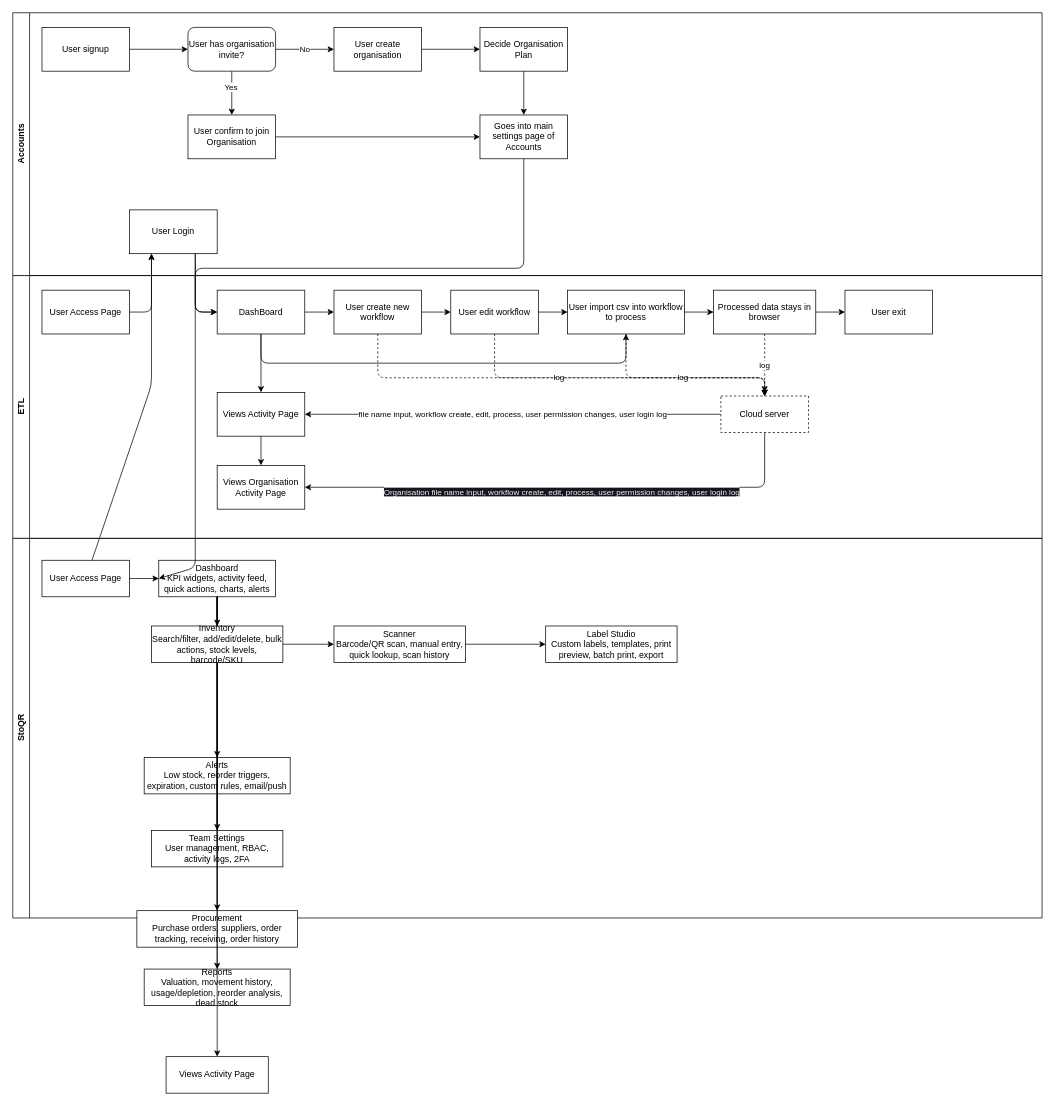
Earlier version of the draw.io diagram docs/Process.drawio (rcsn01/OpenSe). Source tidied: cells renumbered, new cells numbered last; positions are measured from the earlier drawing's top-left corner, leaving out a move shared by most shapes. Both pictures are drawn from the tidied source at 73%, with x=0, y=0 at pixel (12, 12).
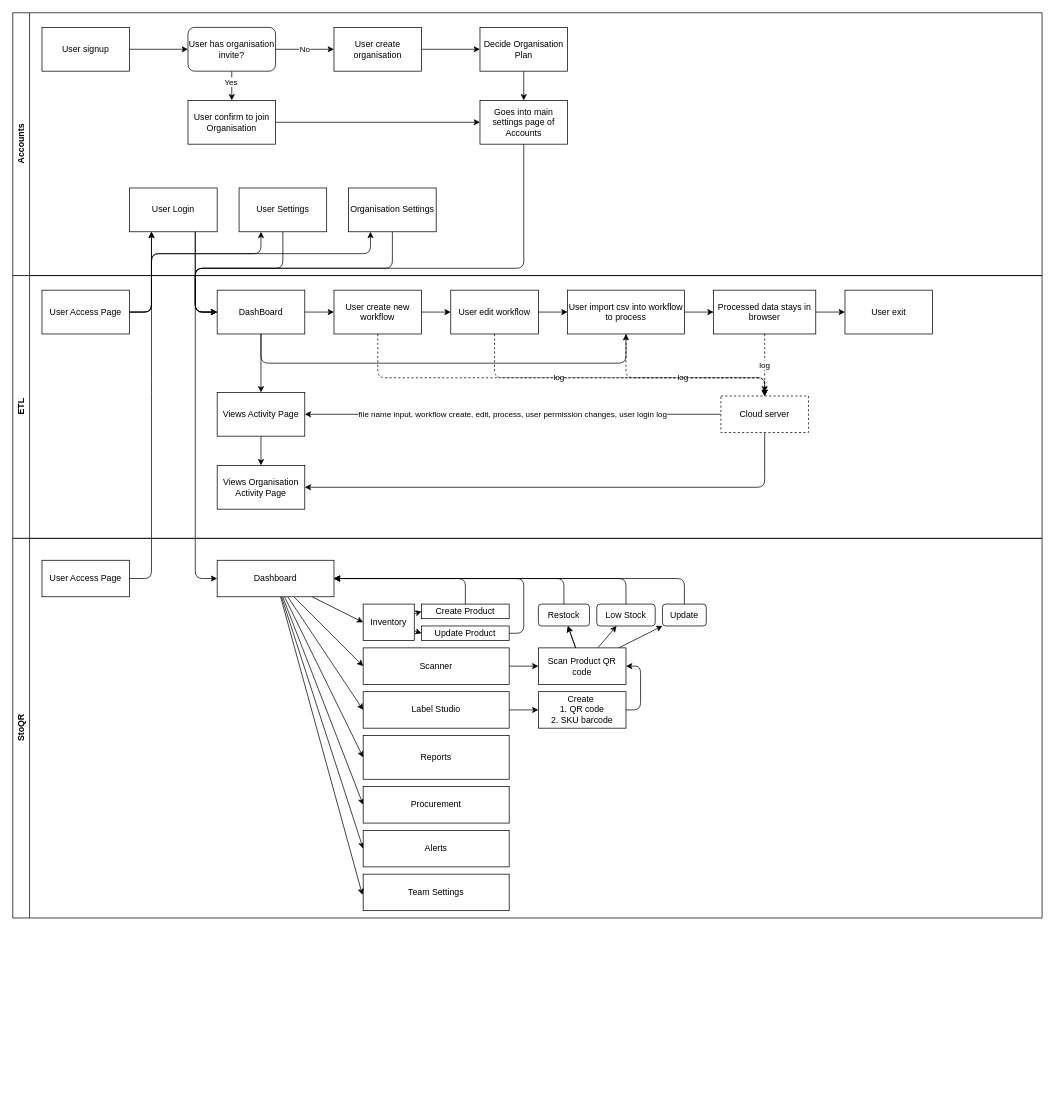
After the change.

Unchanged cells that the change refers to:
```xml
<mxCell id="2" value="Accounts" style="swimlane;horizontal=0;whiteSpace=wrap;html=1;" parent="1" vertex="1">
  <mxGeometry width="1410" height="360" as="geometry" />
</mxCell>
<mxCell id="17" value="ETL" style="swimlane;horizontal=0;whiteSpace=wrap;html=1;" parent="1" vertex="1">
  <mxGeometry y="360" width="1410" height="360" as="geometry" />
</mxCell>
<mxCell id="20" value="DashBoard" style="rounded=0;whiteSpace=wrap;html=1;" parent="17" vertex="1">
  <mxGeometry x="280" y="20" width="120" height="60" as="geometry" />
</mxCell>
<mxCell id="29" value="Cloud server" style="rounded=0;whiteSpace=wrap;html=1;dashed=1;" parent="17" vertex="1">
  <mxGeometry x="970" y="165" width="120" height="50" as="geometry" />
</mxCell>
<mxCell id="39" value="Views Organisation Activity Page" style="rounded=0;whiteSpace=wrap;html=1;" parent="17" vertex="1">
  <mxGeometry x="280" y="260" width="120" height="60" as="geometry" />
</mxCell>
<mxCell id="40" value="User Access Page" style="rounded=0;whiteSpace=wrap;html=1;" parent="17" vertex="1">
  <mxGeometry x="40" y="20" width="120" height="60" as="geometry" />
</mxCell>
<mxCell id="47" value="User Access Page" style="rounded=0;whiteSpace=wrap;html=1;" parent="41" vertex="1">
  <mxGeometry x="40" y="30" width="120" height="50" as="geometry" />
</mxCell>
```

What changed in the source:
```diff
@@
     <mxCell id="12" value="User confirm to join Organisation" style="whiteSpace=wrap;html=1;rounded=0;" parent="2" vertex="1">
-      <mxGeometry x="240" y="140" width="120" height="60" as="geometry" />
+      <mxGeometry x="240" y="120" width="120" height="60" as="geometry" />
     </mxCell>
@@
     <mxCell id="15" value="Goes into main settings page of Accounts" style="whiteSpace=wrap;html=1;rounded=0;" parent="2" vertex="1">
-      <mxGeometry x="640" y="140" width="120" height="60" as="geometry" />
+      <mxGeometry x="640" y="120" width="120" height="60" as="geometry" />
     </mxCell>
     <mxCell id="16" value="User Login" style="rounded=0;whiteSpace=wrap;html=1;" parent="2" vertex="1">
-      <mxGeometry x="160" y="270" width="120" height="60" as="geometry" />
+      <mxGeometry x="160" y="240" width="120" height="60" as="geometry" />
     </mxCell>
+    <mxCell id="70" value="Organisation Settings" style="rounded=0;whiteSpace=wrap;html=1;" parent="2" vertex="1">
+      <mxGeometry x="460" y="240" width="120" height="60" as="geometry" />
+    </mxCell>
+    <mxCell id="71" style="edgeStyle=none;html=1;" parent="2" edge="1" source="72">
+      <mxGeometry relative="1" as="geometry">
+        <mxPoint x="280" y="410" as="targetPoint" />
+        <Array as="points">
+          <mxPoint x="370" y="350" />
+          <mxPoint x="250" y="350" />
+          <mxPoint x="250" y="410" />
+        </Array>
+      </mxGeometry>
+    </mxCell>
+    <mxCell id="72" value="User Settings" style="rounded=0;whiteSpace=wrap;html=1;" parent="2" vertex="1">
+      <mxGeometry x="310" y="240" width="120" height="60" as="geometry" />
+    </mxCell>
@@
-    <mxCell id="28" value="&lt;br&gt;&lt;span style=&quot;color: rgb(240, 240, 240); font-family: Helvetica; font-size: 11px; font-style: normal; font-variant-ligatures: normal; font-variant-caps: normal; font-weight: 400; letter-spacing: normal; orphans: 2; text-align: center; text-indent: 0px; text-transform: none; widows: 2; word-spacing: 0px; -webkit-text-stroke-width: 0px; background-color: rgb(24, 20, 29); text-decoration-thickness: initial; text-decoration-style: initial; text-decoration-color: initial; float: none; display: inline !important;&quot;&gt;Organisation file name input, workflow create, edit, process, user permission changes, user login log&lt;/span&gt;&lt;br&gt;" style="edgeStyle=none;html=1;entryX=1;entryY=0.5;entryDx=0;entryDy=0;" parent="17" edge="1" source="29" target="39">
+    <mxCell id="28" style="edgeStyle=none;html=1;entryX=1;entryY=0.5;entryDx=0;entryDy=0;" parent="17" edge="1" source="29" target="39">
       <mxGeometry relative="1" as="geometry">
         <Array as="points">
           <mxPoint x="1030" y="290" />
         </Array>
       </mxGeometry>
     </mxCell>
@@
+    <mxCell id="73" style="edgeStyle=none;html=1;" parent="17" edge="1" source="40">
+      <mxGeometry relative="1" as="geometry">
+        <mxPoint x="340" y="-60" as="targetPoint" />
+        <Array as="points">
+          <mxPoint x="190" y="50" />
+          <mxPoint x="190" y="-30" />
+          <mxPoint x="340" y="-30" />
+        </Array>
+      </mxGeometry>
+    </mxCell>
+    <mxCell id="74" style="edgeStyle=none;html=1;" parent="17" edge="1" source="40">
+      <mxGeometry relative="1" as="geometry">
+        <mxPoint x="490" y="-60" as="targetPoint" />
+        <Array as="points">
+          <mxPoint x="190" y="50" />
+          <mxPoint x="190" y="-30" />
+          <mxPoint x="490" y="-30" />
+        </Array>
+      </mxGeometry>
+    </mxCell>
@@
-    <mxCell id="41" value="StoQR" style="swimlane;horizontal=0;whiteSpace=wrap;html=1;" parent="1" vertex="1">
+    <mxCell id="41" value="StoQR" style="swimlane;horizontal=0;whiteSpace=wrap;html=1;swimlaneFillColor=none;fillColor=#FFFFFF;" parent="1" vertex="1">
       <mxGeometry y="720" width="1410" height="520" as="geometry" />
     </mxCell>
-    <mxCell id="42" value="Dashboard&#10;KPI widgets, activity feed, quick actions, charts, alerts" style="rounded=0;whiteSpace=wrap;html=1;" parent="41" vertex="1">
-      <mxGeometry x="200" y="30" width="160" height="50" as="geometry" />
-    </mxCell>
-    <mxCell id="43" value="Reports&#10;Valuation, movement history, usage/depletion, reorder analysis, dead stock" style="rounded=0;whiteSpace=wrap;html=1;" parent="41" vertex="1">
-      <mxGeometry x="180" y="590" width="200" height="50" as="geometry" />
-    </mxCell>
-    <mxCell id="44" value="Procurement&#10;Purchase orders, suppliers, order tracking, receiving, order history" style="rounded=0;whiteSpace=wrap;html=1;" parent="41" vertex="1">
-      <mxGeometry x="170" y="510" width="220" height="50" as="geometry" />
-    </mxCell>
-    <mxCell id="45" value="Alerts&#10;Low stock, reorder triggers, expiration, custom rules, email/push" style="rounded=0;whiteSpace=wrap;html=1;" parent="41" vertex="1">
-      <mxGeometry x="180" y="300" width="200" height="50" as="geometry" />
-    </mxCell>
-    <mxCell id="46" value="Team Settings&#10;User management, RBAC, activity logs, 2FA" style="rounded=0;whiteSpace=wrap;html=1;" parent="41" vertex="1">
-      <mxGeometry x="190" y="400" width="180" height="50" as="geometry" />
-    </mxCell>
@@
-    <mxCell id="48" style="edgeStyle=orthogonalEdgeStyle;html=1;" parent="41" edge="1" source="47" target="42">
-      <mxGeometry relative="1" as="geometry" />
-    </mxCell>
+    <mxCell id="75" style="edgeStyle=none;html=1;" parent="41" edge="1" source="53" target="98">
+      <mxGeometry relative="1" as="geometry" />
+    </mxCell>
+    <mxCell id="53" value="Label Studio" style="rounded=0;whiteSpace=wrap;html=1;" parent="41" vertex="1">
+      <mxGeometry x="480" y="210" width="200" height="50" as="geometry" />
+    </mxCell>
+    <mxCell id="76" style="edgeStyle=none;html=1;" parent="41" edge="1" source="54" target="86">
+      <mxGeometry relative="1" as="geometry" />
+    </mxCell>
+    <mxCell id="54" value="Scanner" style="rounded=0;whiteSpace=wrap;html=1;" parent="41" vertex="1">
+      <mxGeometry x="480" y="150" width="200" height="50" as="geometry" />
+    </mxCell>
+    <mxCell id="77" style="edgeStyle=none;html=1;entryX=0;entryY=0.5;entryDx=0;entryDy=0;" parent="41" edge="1" source="42" target="67">
+      <mxGeometry relative="1" as="geometry" />
+    </mxCell>
+    <mxCell id="78" style="edgeStyle=none;html=1;entryX=0;entryY=0.5;entryDx=0;entryDy=0;" parent="41" edge="1" source="42" target="53">
+      <mxGeometry relative="1" as="geometry" />
+    </mxCell>
-    <mxCell id="49" style="edgeStyle=orthogonalEdgeStyle;html=1;" parent="41" edge="1" source="42" target="43">
+    <mxCell id="49" style="edgeStyle=none;html=1;entryX=0;entryY=0.5;entryDx=0;entryDy=0;" parent="41" edge="1" source="42" target="43">
       <mxGeometry relative="1" as="geometry" />
     </mxCell>
-    <mxCell id="50" style="edgeStyle=orthogonalEdgeStyle;html=1;" parent="41" edge="1" source="42" target="44">
+    <mxCell id="50" style="edgeStyle=none;html=1;entryX=0;entryY=0.5;entryDx=0;entryDy=0;" parent="41" edge="1" source="42" target="44">
       <mxGeometry relative="1" as="geometry" />
     </mxCell>
-    <mxCell id="51" style="edgeStyle=orthogonalEdgeStyle;html=1;" parent="41" edge="1" source="42" target="45">
+    <mxCell id="51" style="edgeStyle=none;html=1;entryX=0;entryY=0.5;entryDx=0;entryDy=0;" parent="41" edge="1" source="42" target="45">
       <mxGeometry relative="1" as="geometry" />
     </mxCell>
+    <mxCell id="42" value="Dashboard" style="rounded=0;whiteSpace=wrap;html=1;" parent="41" vertex="1">
+      <mxGeometry x="280" y="30" width="160" height="50" as="geometry" />
+    </mxCell>
+    <mxCell id="79" style="edgeStyle=none;html=1;entryX=0;entryY=0.5;entryDx=0;entryDy=0;" parent="41" edge="1" source="67" target="96">
+      <mxGeometry relative="1" as="geometry" />
+    </mxCell>
+    <mxCell id="80" style="edgeStyle=none;html=1;entryX=0;entryY=0.5;entryDx=0;entryDy=0;" parent="41" edge="1" source="67" target="94">
+      <mxGeometry relative="1" as="geometry" />
+    </mxCell>
+    <mxCell id="67" value="Inventory" style="rounded=0;whiteSpace=wrap;html=1;" parent="41" vertex="1">
+      <mxGeometry x="480" y="90" width="70" height="50" as="geometry" />
+    </mxCell>
+    <mxCell id="44" value="Procurement" style="rounded=0;whiteSpace=wrap;html=1;" parent="41" vertex="1">
+      <mxGeometry x="480" y="340" width="200" height="50" as="geometry" />
+    </mxCell>
+    <mxCell id="43" value="Reports" style="rounded=0;whiteSpace=wrap;html=1;" parent="41" vertex="1">
+      <mxGeometry x="480" y="270" width="200" height="60" as="geometry" />
+    </mxCell>
+    <mxCell id="45" value="Alerts" style="rounded=0;whiteSpace=wrap;html=1;" parent="41" vertex="1">
+      <mxGeometry x="480" y="400" width="200" height="50" as="geometry" />
+    </mxCell>
+    <mxCell id="46" value="Team Settings" style="rounded=0;whiteSpace=wrap;html=1;" parent="41" vertex="1">
+      <mxGeometry x="480" y="460" width="200" height="50" as="geometry" />
+    </mxCell>
-    <mxCell id="52" style="edgeStyle=orthogonalEdgeStyle;html=1;" parent="41" edge="1" source="42" target="46">
+    <mxCell id="52" style="edgeStyle=none;html=1;entryX=-0.005;entryY=0.568;entryDx=0;entryDy=0;entryPerimeter=0;" parent="41" edge="1" source="42" target="46">
       <mxGeometry relative="1" as="geometry" />
     </mxCell>
-    <mxCell id="53" value="Label Studio&#10;Custom labels, templates, print preview, batch print, export" style="rounded=0;whiteSpace=wrap;html=1;" parent="41" vertex="1">
-      <mxGeometry x="730" y="120" width="180" height="50" as="geometry" />
-    </mxCell>
-    <mxCell id="54" value="Scanner&#10;Barcode/QR scan, manual entry, quick lookup, scan history" style="rounded=0;whiteSpace=wrap;html=1;" parent="41" vertex="1">
-      <mxGeometry x="440" y="120" width="180" height="50" as="geometry" />
-    </mxCell>
-    <mxCell id="55" style="edgeStyle=orthogonalEdgeStyle;html=1;" parent="41" edge="1" source="54" target="53">
-      <mxGeometry relative="1" as="geometry" />
-    </mxCell>
+    <mxCell id="81" style="edgeStyle=none;html=1;entryX=0;entryY=0.5;entryDx=0;entryDy=0;" parent="41" edge="1" source="42" target="54">
+      <mxGeometry relative="1" as="geometry" />
+    </mxCell>
+    <mxCell id="82" style="edgeStyle=none;html=1;" parent="41" edge="1" source="86" target="88">
+      <mxGeometry relative="1" as="geometry" />
+    </mxCell>
+    <mxCell id="83" style="edgeStyle=none;html=1;" parent="41" edge="1" source="86" target="88">
+      <mxGeometry relative="1" as="geometry" />
+    </mxCell>
+    <mxCell id="84" style="edgeStyle=none;html=1;" parent="41" edge="1" source="86" target="90">
+      <mxGeometry relative="1" as="geometry" />
+    </mxCell>
+    <mxCell id="85" style="edgeStyle=none;html=1;" parent="41" edge="1" source="86" target="92">
+      <mxGeometry relative="1" as="geometry" />
+    </mxCell>
+    <mxCell id="86" value="Scan Product QR code" style="whiteSpace=wrap;html=1;rounded=0;" parent="41" vertex="1">
+      <mxGeometry x="720" y="150" width="120" height="50" as="geometry" />
+    </mxCell>
+    <mxCell id="87" style="edgeStyle=none;html=1;entryX=1;entryY=0.5;entryDx=0;entryDy=0;" parent="41" edge="1" source="88" target="42">
+      <mxGeometry relative="1" as="geometry">
+        <Array as="points">
+          <mxPoint x="755" y="55" />
+        </Array>
+      </mxGeometry>
+    </mxCell>
+    <mxCell id="88" value="Restock" style="whiteSpace=wrap;html=1;rounded=1;glass=0;shadow=0;" parent="41" vertex="1">
+      <mxGeometry x="720" y="90" width="70" height="30" as="geometry" />
+    </mxCell>
+    <mxCell id="89" style="edgeStyle=none;html=1;entryX=1;entryY=0.5;entryDx=0;entryDy=0;" parent="41" edge="1" source="90" target="42">
+      <mxGeometry relative="1" as="geometry">
+        <Array as="points">
+          <mxPoint x="840" y="55" />
+        </Array>
+      </mxGeometry>
+    </mxCell>
+    <mxCell id="90" value="Low Stock" style="whiteSpace=wrap;html=1;rounded=1;" parent="41" vertex="1">
+      <mxGeometry x="800" y="90" width="80" height="30" as="geometry" />
+    </mxCell>
+    <mxCell id="91" style="edgeStyle=none;html=1;entryX=1;entryY=0.5;entryDx=0;entryDy=0;" parent="41" edge="1" source="92" target="42">
+      <mxGeometry relative="1" as="geometry">
+        <Array as="points">
+          <mxPoint x="920" y="55" />
+        </Array>
+      </mxGeometry>
+    </mxCell>
+    <mxCell id="92" value="Update" style="whiteSpace=wrap;html=1;rounded=1;" parent="41" vertex="1">
+      <mxGeometry x="890" y="90" width="60" height="30" as="geometry" />
+    </mxCell>
+    <mxCell id="93" style="edgeStyle=none;html=1;entryX=1;entryY=0.5;entryDx=0;entryDy=0;" parent="41" edge="1" source="94" target="42">
+      <mxGeometry relative="1" as="geometry">
+        <Array as="points">
+          <mxPoint x="620" y="55" />
+        </Array>
+      </mxGeometry>
+    </mxCell>
+    <mxCell id="94" value="Create Product" style="rounded=0;whiteSpace=wrap;html=1;" parent="41" vertex="1">
+      <mxGeometry x="560" y="90" width="120" height="20" as="geometry" />
+    </mxCell>
+    <mxCell id="95" style="edgeStyle=none;html=1;entryX=1;entryY=0.5;entryDx=0;entryDy=0;" parent="41" edge="1" source="96" target="42">
+      <mxGeometry relative="1" as="geometry">
+        <Array as="points">
+          <mxPoint x="700" y="130" />
+          <mxPoint x="700" y="55" />
+        </Array>
+      </mxGeometry>
+    </mxCell>
+    <mxCell id="96" value="Update Product" style="rounded=0;whiteSpace=wrap;html=1;" parent="41" vertex="1">
+      <mxGeometry x="560" y="120" width="120" height="20" as="geometry" />
+    </mxCell>
+    <mxCell id="97" style="edgeStyle=none;html=1;entryX=1;entryY=0.5;entryDx=0;entryDy=0;" parent="41" edge="1" source="98" target="86">
+      <mxGeometry relative="1" as="geometry">
+        <Array as="points">
+          <mxPoint x="860" y="235" />
+          <mxPoint x="860" y="175" />
+        </Array>
+      </mxGeometry>
+    </mxCell>
+    <mxCell id="98" value="Create&amp;nbsp;&lt;div&gt;1. QR code&lt;div&gt;2. SKU barcode&lt;/div&gt;&lt;/div&gt;" style="rounded=0;whiteSpace=wrap;html=1;" parent="41" vertex="1">
+      <mxGeometry x="720" y="210" width="120" height="50" as="geometry" />
+    </mxCell>
@@
     <mxCell id="57" style="edgeStyle=none;html=1;entryX=0.25;entryY=1;entryDx=0;entryDy=0;" parent="1" edge="1" source="47" target="16">
       <mxGeometry relative="1" as="geometry">
         <Array as="points">
+          <mxPoint x="190" y="775" />
           <mxPoint x="190" y="510" />
         </Array>
       </mxGeometry>
     </mxCell>
@@
     <mxCell id="59" style="edgeStyle=none;html=1;exitX=0.75;exitY=1;exitDx=0;exitDy=0;entryX=0;entryY=0.5;entryDx=0;entryDy=0;" parent="1" edge="1" source="16" target="42">
       <mxGeometry relative="1" as="geometry">
         <Array as="points">
-          <mxPoint x="250" y="760" />
+          <mxPoint x="250" y="775" />
         </Array>
       </mxGeometry>
     </mxCell>
@@
-    <mxCell id="62" value="Views Activity Page" style="rounded=0;whiteSpace=wrap;html=1;" parent="1" vertex="1">
-      <mxGeometry x="210" y="1430" width="140" height="50" as="geometry" />
-    </mxCell>
-    <mxCell id="63" style="edgeStyle=none;html=1;startArrow=none;" parent="1" edge="1" target="62">
-      <mxGeometry relative="1" as="geometry">
-        <mxPoint x="280" y="1180" as="sourcePoint" />
-      </mxGeometry>
-    </mxCell>
-    <mxCell id="64" style="edgeStyle=none;html=1;entryX=0.5;entryY=1;entryDx=0;entryDy=0;endArrow=none;" parent="1" edge="1" source="42">
-      <mxGeometry relative="1" as="geometry">
-        <mxPoint x="280" y="1180" as="targetPoint" />
-      </mxGeometry>
-    </mxCell>
-    <mxCell id="65" style="edgeStyle=none;html=1;endArrow=none;startArrow=none;" parent="1" edge="1" source="67">
-      <mxGeometry relative="1" as="geometry">
-        <mxPoint x="280" y="1120" as="targetPoint" />
-      </mxGeometry>
-    </mxCell>
-    <mxCell id="66" style="edgeStyle=orthogonalEdgeStyle;html=1;" parent="1" edge="1" source="67" target="54">
-      <mxGeometry relative="1" as="geometry" />
-    </mxCell>
-    <mxCell id="67" value="Inventory&#10;Search/filter, add/edit/delete, bulk actions, stock levels, barcode/SKU" style="rounded=0;whiteSpace=wrap;html=1;" parent="1" vertex="1">
-      <mxGeometry x="190" y="840" width="180" height="50" as="geometry" />
-    </mxCell>
-    <mxCell id="68" style="edgeStyle=orthogonalEdgeStyle;html=1;" parent="1" edge="1" source="42" target="67">
-      <mxGeometry relative="1" as="geometry" />
-    </mxCell>
-    <mxCell id="69" style="edgeStyle=none;html=1;endArrow=none;" parent="1" edge="1" source="42" target="67">
-      <mxGeometry relative="1" as="geometry" />
-    </mxCell>
+    <mxCell id="99" style="edgeStyle=none;html=1;entryX=0;entryY=0.5;entryDx=0;entryDy=0;" parent="1" edge="1" source="70" target="20">
+      <mxGeometry relative="1" as="geometry">
+        <Array as="points">
+          <mxPoint x="520" y="350" />
+          <mxPoint x="250" y="350" />
+          <mxPoint x="250" y="410" />
+        </Array>
+      </mxGeometry>
+    </mxCell>
```
